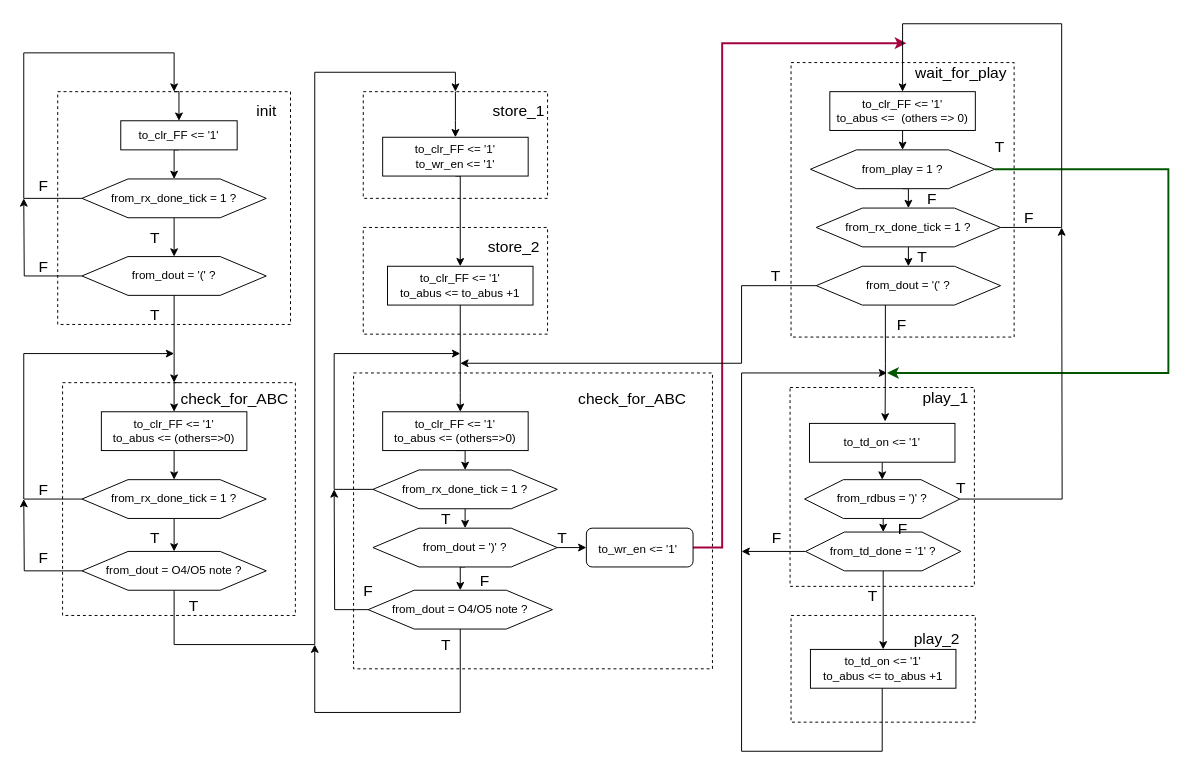
Earlier version of the draw.io diagram page "asmd_chart" (2 of 2) of CCW1_MusicBox/Music_box_victor/diagram/ccw_music_player.drawio (vj-hansen/SHC4300-Group-2). Source tidied: cells renumbered, new cells numbered last; positions are measured from the earlier drawing's top-left corner, leaving out a move shared by most shapes. Both pictures are drawn from the tidied source at 97%, with x=0, y=0 at pixel (23, 23).
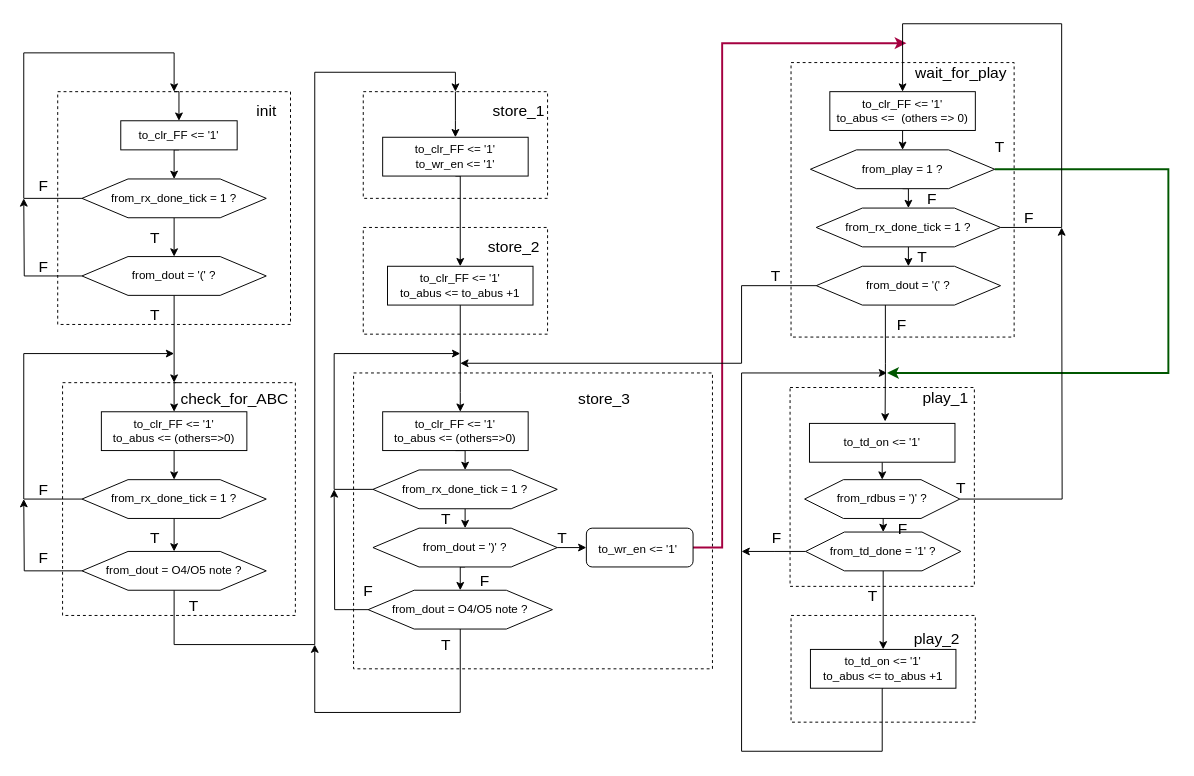
After the change.

Change to the diagram source:
```diff
@@
-    <mxCell id="51" value="check_for_ABC" style="text;html=1;fontSize=16;" parent="1" vertex="1">
+    <mxCell id="51" value="store_3" style="text;html=1;fontSize=16;" parent="1" vertex="1">
       <mxGeometry x="570" y="370" width="50" height="30" as="geometry" />
     </mxCell>
```
